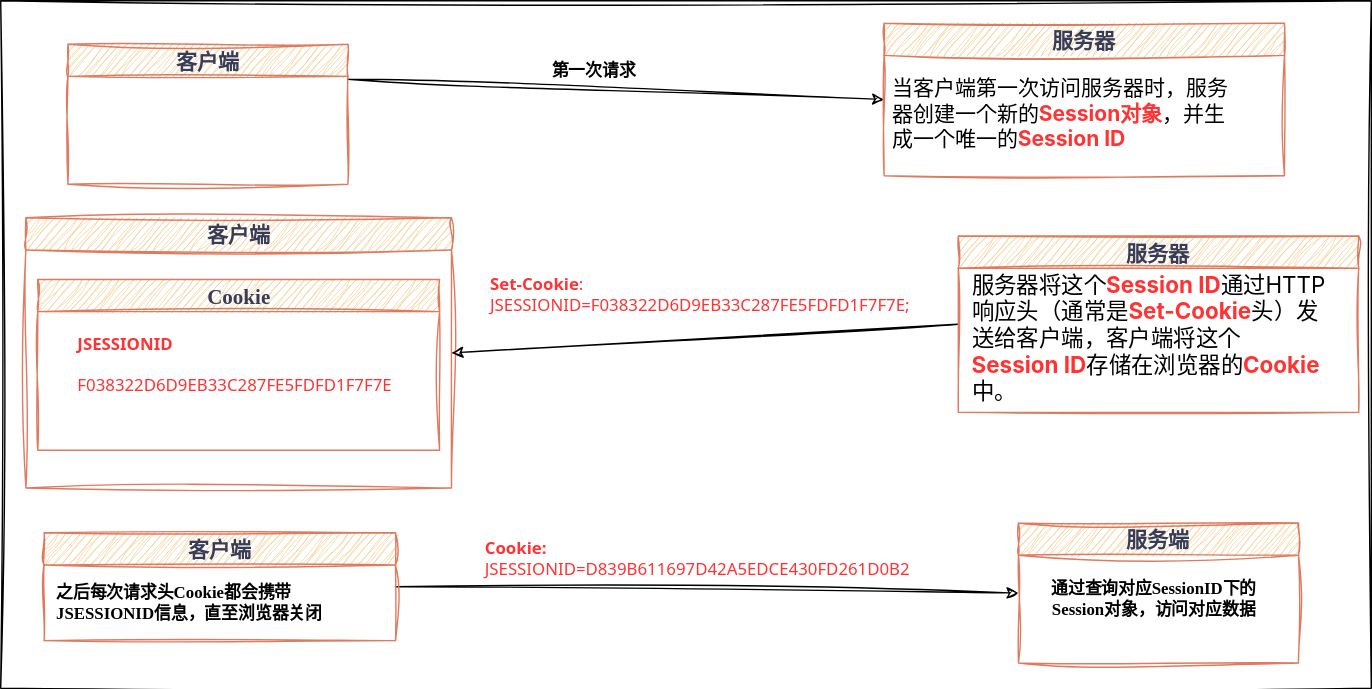
Above: diagrams/java_serve/web_application/session_cookie/session原理图解.svg in luguosong/images (draw.io), before the change. Source tidied: cells renumbered, new cells last; positions are measured from the earlier drawing's top-left corner, leaving out a move shared by most shapes.
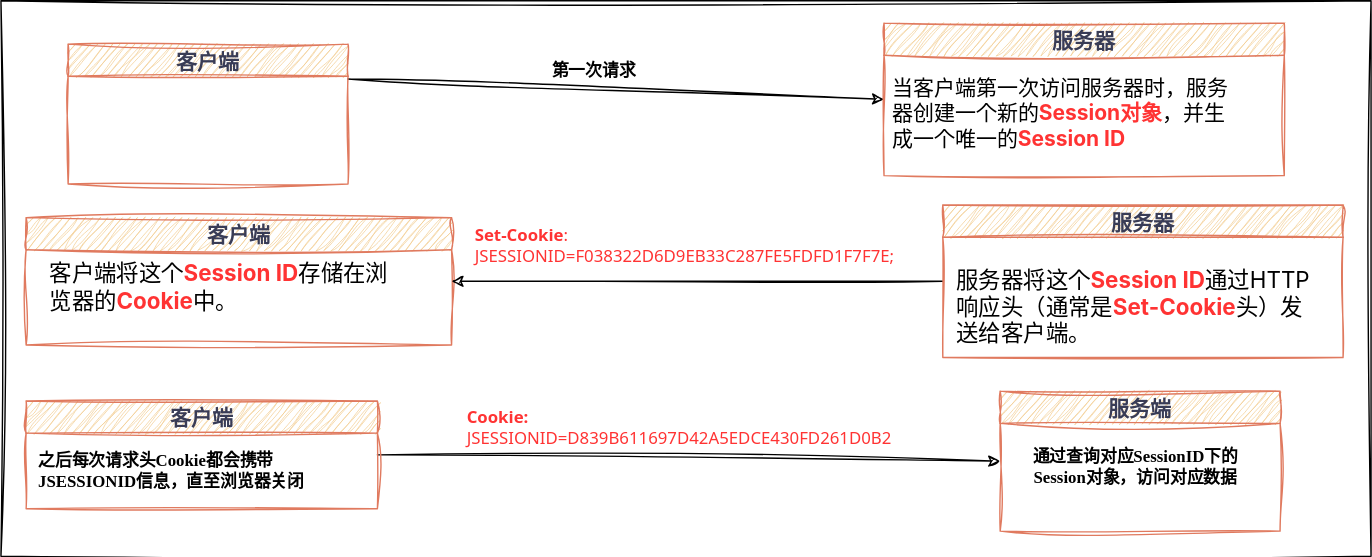
After the commit.

Commit message:
更新session原理图解.svg

What changed in the source:
```diff
@@ -3,7 +3,7 @@
     <mxCell id="0" />
     <mxCell id="1" parent="0" />
     <mxCell id="2" style="rounded=0;whiteSpace=wrap;html=1;sketch=1;hachureGap=4;jiggle=2;curveFitting=1;fontFamily=LXGW WenKai;labelBackgroundColor=default;fontColor=#000000;" parent="1" vertex="1">
-      <mxGeometry width="979" height="491" as="geometry" />
+      <mxGeometry width="979" height="397" as="geometry" />
     </mxCell>
     <mxCell id="3" style="edgeStyle=none;rounded=0;sketch=1;hachureGap=4;jiggle=2;curveFitting=1;jettySize=auto;html=1;exitX=1;exitY=0.25;exitDx=0;exitDy=0;entryX=0;entryY=0.5;entryDx=0;entryDy=0;fontFamily=LXGW WenKai;fontSource=https%3A%2F%2Ffonts.googleapis.com%2Fcss%3Ffamily%3DArchitects%2BDaughter;fontSize=12;fontColor=default;fontStyle=1;" parent="1" edge="1" source="4" target="5">
       <mxGeometry relative="1" as="geometry" />
@@ -18,14 +18,11 @@
       <mxGeometry x="4" y="37" width="255" height="54" as="geometry" />
     </mxCell>
     <mxCell id="7" value="客户端" style="swimlane;whiteSpace=wrap;html=1;sketch=1;hachureGap=4;jiggle=2;curveFitting=1;fontFamily=LXGW WenKai;fontSize=15;strokeColor=#E07A5F;align=center;verticalAlign=middle;fontColor=#393C56;fontStyle=1;fillColor=#F2CC8F;fontSource=https%3A%2F%2Ffonts.googleapis.com%2Fcss%3Ffamily%3DArchitects%2BDaughter;labelBackgroundColor=none;" parent="1" vertex="1">
-      <mxGeometry x="18" y="155" width="304" height="193" as="geometry" />
+      <mxGeometry x="18" y="155" width="304" height="91" as="geometry" />
     </mxCell>
-    <mxCell id="8" value="Cookie" style="swimlane;whiteSpace=wrap;html=1;sketch=1;hachureGap=4;jiggle=2;curveFitting=1;fontFamily=LXGW WenKai;fontSize=15;strokeColor=#E07A5F;align=center;verticalAlign=middle;fontColor=#393C56;fontStyle=1;fillColor=#F2CC8F;fontSource=https%3A%2F%2Ffonts.googleapis.com%2Fcss%3Ffamily%3DArchitects%2BDaughter;labelBackgroundColor=none;" parent="7" vertex="1">
-      <mxGeometry x="8.5" y="44" width="287" height="122" as="geometry" />
-    </mxCell>
-    <mxCell id="9" value="&lt;div style=&quot;text-align: left;&quot;&gt;&lt;span style=&quot;font-family: system-ui, sans-serif; white-space: pre; background-color: rgb(255, 255, 255);&quot;&gt;&lt;font style=&quot;&quot; color=&quot;#ff3333&quot;&gt;JSESSIONID&lt;/font&gt;&lt;/span&gt;&lt;/div&gt;&lt;font style=&quot;background-color: rgb(255, 255, 255);&quot; color=&quot;#ff3333&quot;&gt;&lt;div style=&quot;text-align: left;&quot;&gt;&lt;font face=&quot;system-ui, sans-serif&quot;&gt;&lt;span style=&quot;font-weight: 400; white-space: pre;&quot;&gt;&lt;br&gt;&lt;/span&gt;&lt;/font&gt;&lt;/div&gt;&lt;span style=&quot;font-family: system-ui, sans-serif; font-weight: 400;&quot;&gt;&lt;div style=&quot;text-align: left;&quot;&gt;F038322D6D9EB33C287FE5FDFD1F7F7E&lt;/div&gt;&lt;/span&gt;&lt;/font&gt;" style="text;html=1;align=center;verticalAlign=middle;whiteSpace=wrap;rounded=0;fontFamily=LXGW WenKai;fontSize=12;fontColor=default;fontStyle=1;" parent="8" vertex="1">
-      <mxGeometry x="23" y="30.5" width="235" height="61" as="geometry" />
-    </mxCell>
+    <mxCell id="22" value="&lt;span style=&quot;font-family: ui-sans-serif, -apple-system, system-ui, &amp;quot;Segoe UI&amp;quot;, Roboto, Ubuntu, Cantarell, &amp;quot;Noto Sans&amp;quot;, sans-serif, Helvetica, &amp;quot;Apple Color Emoji&amp;quot;, Arial, &amp;quot;Segoe UI Emoji&amp;quot;, &amp;quot;Segoe UI Symbol&amp;quot;; font-size: 16px; white-space-collapse: preserve; font-weight: 400;&quot;&gt;客户端将这个&lt;/span&gt;&lt;font color=&quot;#ff3333&quot; style=&quot;font-family: ui-sans-serif, -apple-system, system-ui, &amp;quot;Segoe UI&amp;quot;, Roboto, Ubuntu, Cantarell, &amp;quot;Noto Sans&amp;quot;, sans-serif, Helvetica, &amp;quot;Apple Color Emoji&amp;quot;, Arial, &amp;quot;Segoe UI Emoji&amp;quot;, &amp;quot;Segoe UI Symbol&amp;quot;; font-size: 16px; white-space-collapse: preserve;&quot;&gt;Session ID&lt;/font&gt;&lt;span style=&quot;font-family: ui-sans-serif, -apple-system, system-ui, &amp;quot;Segoe UI&amp;quot;, Roboto, Ubuntu, Cantarell, &amp;quot;Noto Sans&amp;quot;, sans-serif, Helvetica, &amp;quot;Apple Color Emoji&amp;quot;, Arial, &amp;quot;Segoe UI Emoji&amp;quot;, &amp;quot;Segoe UI Symbol&amp;quot;; font-size: 16px; white-space-collapse: preserve; font-weight: 400;&quot;&gt;存储在浏览器的&lt;/span&gt;&lt;font color=&quot;#ff3333&quot; style=&quot;font-family: ui-sans-serif, -apple-system, system-ui, &amp;quot;Segoe UI&amp;quot;, Roboto, Ubuntu, Cantarell, &amp;quot;Noto Sans&amp;quot;, sans-serif, Helvetica, &amp;quot;Apple Color Emoji&amp;quot;, Arial, &amp;quot;Segoe UI Emoji&amp;quot;, &amp;quot;Segoe UI Symbol&amp;quot;; font-size: 16px; white-space-collapse: preserve;&quot;&gt;Cookie&lt;/font&gt;&lt;span style=&quot;font-family: ui-sans-serif, -apple-system, system-ui, &amp;quot;Segoe UI&amp;quot;, Roboto, Ubuntu, Cantarell, &amp;quot;Noto Sans&amp;quot;, sans-serif, Helvetica, &amp;quot;Apple Color Emoji&amp;quot;, Arial, &amp;quot;Segoe UI Emoji&amp;quot;, &amp;quot;Segoe UI Symbol&amp;quot;; font-size: 16px; white-space-collapse: preserve; font-weight: 400;&quot;&gt;中。&lt;/span&gt;" style="text;html=1;align=left;verticalAlign=middle;whiteSpace=wrap;rounded=0;fontFamily=LXGW WenKai;fontSize=12;fontColor=default;fontStyle=1;" parent="7" vertex="1">
+      <mxGeometry x="15" y="35" width="259" height="30" as="geometry" />
+    </mxCell>
     <mxCell id="10" style="edgeStyle=none;rounded=0;sketch=1;hachureGap=4;jiggle=2;curveFitting=1;jettySize=auto;html=1;exitX=0;exitY=0.5;exitDx=0;exitDy=0;entryX=1;entryY=0.5;entryDx=0;entryDy=0;fontFamily=LXGW WenKai;fontSource=https%3A%2F%2Ffonts.googleapis.com%2Fcss%3Ffamily%3DArchitects%2BDaughter;fontSize=12;fontColor=default;fontStyle=1;" parent="1" edge="1" source="12" target="7">
       <mxGeometry relative="1" as="geometry" />
     </mxCell>
@@ -35,31 +32,31 @@
       </mxGeometry>
     </mxCell>
     <mxCell id="12" value="服务器" style="swimlane;whiteSpace=wrap;html=1;sketch=1;hachureGap=4;jiggle=2;curveFitting=1;fontFamily=LXGW WenKai;fontSize=15;strokeColor=#E07A5F;align=center;verticalAlign=middle;fontColor=#393C56;fontStyle=1;fillColor=#F2CC8F;fontSource=https%3A%2F%2Ffonts.googleapis.com%2Fcss%3Ffamily%3DArchitects%2BDaughter;labelBackgroundColor=none;startSize=23;" parent="1" vertex="1">
-      <mxGeometry x="684" y="168" width="286" height="126" as="geometry" />
+      <mxGeometry x="673" y="146" width="286" height="109" as="geometry" />
     </mxCell>
-    <mxCell id="13" value="&lt;span style=&quot;font-family: ui-sans-serif, -apple-system, system-ui, &amp;quot;Segoe UI&amp;quot;, Roboto, Ubuntu, Cantarell, &amp;quot;Noto Sans&amp;quot;, sans-serif, Helvetica, &amp;quot;Apple Color Emoji&amp;quot;, Arial, &amp;quot;Segoe UI Emoji&amp;quot;, &amp;quot;Segoe UI Symbol&amp;quot;; font-size: 16px; white-space-collapse: preserve;&quot;&gt;&lt;span style=&quot;font-weight: 400;&quot;&gt;服务器将这个&lt;/span&gt;&lt;font style=&quot;&quot; color=&quot;#ff3333&quot;&gt;Session ID&lt;/font&gt;&lt;span style=&quot;font-weight: 400;&quot;&gt;通过HTTP响应头（通常是&lt;/span&gt;&lt;font color=&quot;#ff3333&quot;&gt;Set-Cookie&lt;/font&gt;&lt;span style=&quot;font-weight: 400;&quot;&gt;头）发送给客户端，客户端将这个&lt;/span&gt;&lt;font color=&quot;#ff3333&quot;&gt;Session ID&lt;/font&gt;&lt;span style=&quot;font-weight: 400;&quot;&gt;存储在浏览器的&lt;/span&gt;&lt;font color=&quot;#ff3333&quot;&gt;Cookie&lt;/font&gt;&lt;span style=&quot;font-weight: 400;&quot;&gt;中。&lt;/span&gt;&lt;/span&gt;" style="text;html=1;align=left;verticalAlign=middle;whiteSpace=wrap;rounded=0;fontFamily=LXGW WenKai;fontSize=12;fontColor=default;fontStyle=1;labelBackgroundColor=default;" parent="12" vertex="1">
+    <mxCell id="13" value="&lt;span style=&quot;font-family: ui-sans-serif, -apple-system, system-ui, &amp;quot;Segoe UI&amp;quot;, Roboto, Ubuntu, Cantarell, &amp;quot;Noto Sans&amp;quot;, sans-serif, Helvetica, &amp;quot;Apple Color Emoji&amp;quot;, Arial, &amp;quot;Segoe UI Emoji&amp;quot;, &amp;quot;Segoe UI Symbol&amp;quot;; font-size: 16px; white-space-collapse: preserve;&quot;&gt;&lt;span style=&quot;font-weight: 400;&quot;&gt;服务器将这个&lt;/span&gt;&lt;font style=&quot;&quot; color=&quot;#ff3333&quot;&gt;Session ID&lt;/font&gt;&lt;span style=&quot;font-weight: 400;&quot;&gt;通过HTTP响应头（通常是&lt;/span&gt;&lt;font color=&quot;#ff3333&quot;&gt;Set-Cookie&lt;/font&gt;&lt;span style=&quot;font-weight: 400;&quot;&gt;头）发送给客户端。&lt;/span&gt;&lt;/span&gt;" style="text;html=1;align=left;verticalAlign=middle;whiteSpace=wrap;rounded=0;fontFamily=LXGW WenKai;fontSize=12;fontColor=default;fontStyle=1;labelBackgroundColor=default;" parent="12" vertex="1">
       <mxGeometry x="8" y="45" width="256" height="55" as="geometry" />
     </mxCell>
     <mxCell id="14" value="&lt;span style=&quot;color: rgb(255, 51, 51); font-family: system-ui, sans-serif; text-transform: capitalize;&quot;&gt;Set-Cookie&lt;/span&gt;&lt;span style=&quot;color: rgb(255, 51, 51); font-family: system-ui, sans-serif; font-weight: 400; text-transform: capitalize;&quot;&gt;:&amp;nbsp;&lt;br&gt;&lt;/span&gt;&lt;span style=&quot;color: rgb(255, 51, 51); font-family: system-ui, sans-serif; font-weight: 400;&quot;&gt;JSESSIONID=F038322D6D9EB33C287FE5FDFD1F7F7E;&amp;nbsp;&lt;/span&gt;" style="text;html=1;align=left;verticalAlign=middle;whiteSpace=wrap;rounded=0;fontFamily=LXGW WenKai;fontSize=12;fontColor=default;fontStyle=1;" parent="1" vertex="1">
-      <mxGeometry x="348" y="195" width="325" height="30" as="geometry" />
+      <mxGeometry x="337" y="160" width="325" height="30" as="geometry" />
     </mxCell>
     <mxCell id="15" value="第一次请求" style="text;html=1;align=center;verticalAlign=middle;whiteSpace=wrap;rounded=0;fontFamily=LXGW WenKai;fontSize=12;fontColor=default;fontStyle=1;" parent="1" vertex="1">
       <mxGeometry x="372" y="35" width="104" height="30" as="geometry" />
     </mxCell>
     <mxCell id="16" value="&lt;div style=&quot;width: 240px; min-width: 160px; max-width: 240px; flex-shrink: 0; text-transform: capitalize; overflow-wrap: break-word; font-family: system-ui, sans-serif; text-align: start;&quot; class=&quot;header-name&quot;&gt;&lt;span style=&quot;background-color: rgb(255, 255, 255);&quot;&gt;&lt;font style=&quot;&quot; color=&quot;#ff3333&quot;&gt;Cookie:&lt;/font&gt;&lt;/span&gt;&lt;/div&gt;&lt;div style=&quot;display: flex; overflow-wrap: anywhere; margin-inline-end: 14px; font-family: system-ui, sans-serif; font-weight: 400; text-align: start;&quot; class=&quot;header-value&quot;&gt;&lt;span style=&quot;background-color: rgb(255, 255, 255);&quot;&gt;&lt;font color=&quot;#ff3333&quot;&gt;JSESSIONID=D839B611697D42A5EDCE430FD261D0B2&lt;/font&gt;&lt;/span&gt;&lt;/div&gt;" style="text;html=1;align=center;verticalAlign=middle;whiteSpace=wrap;rounded=0;fontFamily=LXGW WenKai;fontSize=12;fontColor=default;fontStyle=1;" parent="1" vertex="1">
-      <mxGeometry x="337" y="384" width="336" height="30" as="geometry" />
+      <mxGeometry x="324" y="290" width="336" height="30" as="geometry" />
     </mxCell>
     <mxCell id="17" style="edgeStyle=none;rounded=0;sketch=1;hachureGap=4;jiggle=2;curveFitting=1;jettySize=auto;html=1;exitX=1;exitY=0.5;exitDx=0;exitDy=0;entryX=0;entryY=0.5;entryDx=0;entryDy=0;fontFamily=LXGW WenKai;fontSource=https%3A%2F%2Ffonts.googleapis.com%2Fcss%3Ffamily%3DArchitects%2BDaughter;fontSize=12;fontColor=default;fontStyle=1;" parent="1" edge="1" source="18" target="20">
       <mxGeometry relative="1" as="geometry" />
     </mxCell>
     <mxCell id="18" value="客户端" style="swimlane;whiteSpace=wrap;html=1;sketch=1;hachureGap=4;jiggle=2;curveFitting=1;fontFamily=LXGW WenKai;fontSize=15;strokeColor=#E07A5F;align=center;verticalAlign=middle;fontColor=#393C56;fontStyle=1;fillColor=#F2CC8F;fontSource=https%3A%2F%2Ffonts.googleapis.com%2Fcss%3Ffamily%3DArchitects%2BDaughter;labelBackgroundColor=none;" parent="1" vertex="1">
-      <mxGeometry x="31" y="380" width="251" height="77" as="geometry" />
+      <mxGeometry x="18" y="286" width="251" height="77" as="geometry" />
     </mxCell>
     <mxCell id="19" value="之后每次请求头Cookie都会携带JSESSIONID信息，直至浏览器关闭" style="text;html=1;align=left;verticalAlign=middle;whiteSpace=wrap;rounded=0;fontFamily=LXGW WenKai;fontSize=12;fontColor=default;fontStyle=1;" parent="18" vertex="1">
       <mxGeometry x="6.5" y="35" width="221" height="30" as="geometry" />
     </mxCell>
     <mxCell id="20" value="服务端" style="swimlane;whiteSpace=wrap;html=1;sketch=1;hachureGap=4;jiggle=2;curveFitting=1;fontFamily=LXGW WenKai;fontSize=15;strokeColor=#E07A5F;align=center;verticalAlign=middle;fontColor=#393C56;fontStyle=1;fillColor=#F2CC8F;fontSource=https%3A%2F%2Ffonts.googleapis.com%2Fcss%3Ffamily%3DArchitects%2BDaughter;labelBackgroundColor=none;startSize=23;" parent="1" vertex="1">
-      <mxGeometry x="727" y="373" width="200" height="100" as="geometry" />
+      <mxGeometry x="714" y="279" width="200" height="100" as="geometry" />
     </mxCell>
     <mxCell id="21" value="通过查询对应SessionID下的Session对象，访问对应数据" style="text;html=1;align=center;verticalAlign=middle;whiteSpace=wrap;rounded=0;fontFamily=LXGW WenKai;fontSize=12;fontColor=default;fontStyle=1;" parent="20" vertex="1">
       <mxGeometry x="4" y="39" width="186" height="30" as="geometry" />
```
